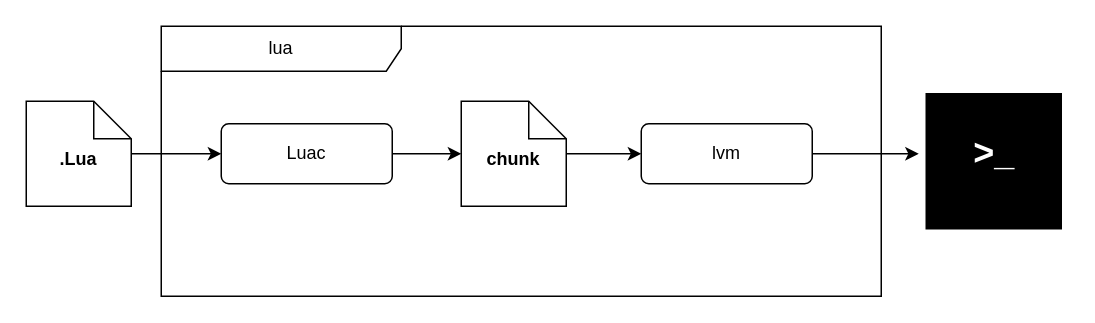
Before: Lua调用流程.drawio in vvoooooo/rock, a draw.io diagram. Source tidied: cells renumbered, new cells numbered last; positions are measured from the earlier drawing's top-left corner, leaving out a move shared by most shapes. Both pictures are drawn from the tidied source at 150%, with x=0, y=0 at pixel (26, 26).
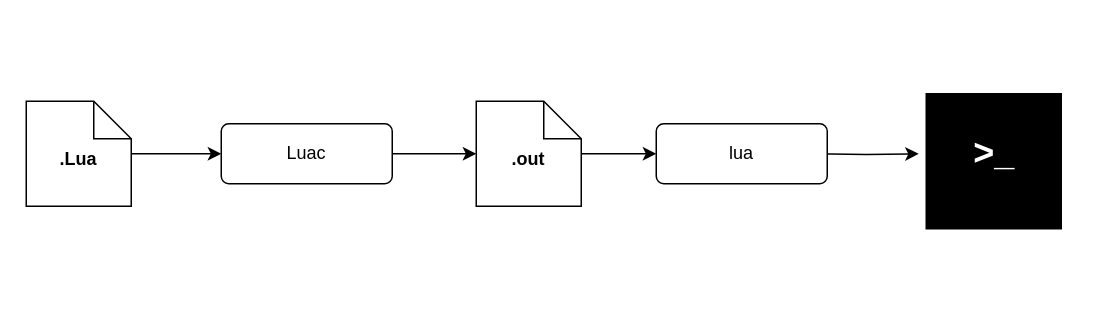
The same diagram, later.

Commit message (it also covers changes not shown here):
更新Lua调用流程.drawio

Change to the diagram source:
```diff
@@
 <mxGraphModel>
   <root>
     <mxCell id="0" />
     <mxCell id="1" parent="0" />
-    <mxCell id="2" style="edgeStyle=orthogonalEdgeStyle;rounded=0;jettySize=auto;html=1;" parent="1" edge="1" source="3" target="9">
-      <mxGeometry relative="1" as="geometry" />
+    <mxCell id="2" style="edgeStyle=orthogonalEdgeStyle;rounded=0;jettySize=auto;html=1;" parent="1" edge="1" source="3">
+      <mxGeometry relative="1" as="geometry">
+        <mxPoint x="130" y="85" as="targetPoint" />
+      </mxGeometry>
     </mxCell>
     <mxCell id="3" value="&lt;div style=&quot;&quot;&gt;&lt;b style=&quot;background-color: initial;&quot;&gt;.Lua&lt;/b&gt;&lt;/div&gt;" style="shape=note2;boundedLbl=1;whiteSpace=wrap;html=1;size=25;verticalAlign=top;align=center;" parent="1" vertex="1">
       <mxGeometry y="50" width="70" height="70" as="geometry" />
     </mxCell>
     <mxCell id="4" style="fontStyle=0;labelPosition=right;verticalLabelPosition=middle;align=left;verticalAlign=middle;spacingLeft=2;html=1;fillColor=strokeColor;" parent="1" vertex="1">
       <mxGeometry x="600" y="45" width="90" height="90" as="geometry" />
     </mxCell>
-    <mxCell id="5" value="lua" style="shape=umlFrame;whiteSpace=wrap;html=1;width=160;" parent="1" vertex="1">
-      <mxGeometry x="90" width="480" height="180" as="geometry" />
-    </mxCell>
-    <mxCell id="6" style="edgeStyle=orthogonalEdgeStyle;rounded=0;jettySize=auto;html=1;" parent="5" edge="1" source="7" target="10">
-      <mxGeometry relative="1" as="geometry" />
-    </mxCell>
-    <mxCell id="7" value="&lt;div style=&quot;&quot;&gt;&lt;b style=&quot;background-color: initial;&quot;&gt;chunk&lt;/b&gt;&lt;/div&gt;" style="shape=note2;boundedLbl=1;whiteSpace=wrap;html=1;size=25;verticalAlign=top;align=center;" parent="5" vertex="1">
-      <mxGeometry x="200" y="50" width="70" height="70" as="geometry" />
-    </mxCell>
-    <mxCell id="8" style="edgeStyle=orthogonalEdgeStyle;rounded=0;jettySize=auto;html=1;" parent="5" edge="1" source="9" target="7">
-      <mxGeometry relative="1" as="geometry" />
-    </mxCell>
-    <mxCell id="9" value="&lt;p style=&quot;line-height: 30%;&quot;&gt;Luac&lt;/p&gt;" style="html=1;align=center;verticalAlign=top;rounded=1;absoluteArcSize=1;arcSize=10;dashed=0;whiteSpace=wrap;" parent="5" vertex="1">
-      <mxGeometry x="40" y="65" width="114" height="40" as="geometry" />
-    </mxCell>
-    <mxCell id="10" value="&lt;p style=&quot;line-height: 30%;&quot;&gt;lvm&lt;/p&gt;" style="html=1;align=center;verticalAlign=top;rounded=1;absoluteArcSize=1;arcSize=10;dashed=0;whiteSpace=wrap;" parent="5" vertex="1">
-      <mxGeometry x="320" y="65" width="114" height="40" as="geometry" />
-    </mxCell>
     <mxCell id="11" value="&lt;font color=&quot;#ffffff&quot;&gt;&amp;gt;_&lt;/font&gt;" style="text;html=1;fontSize=24;fontStyle=1;verticalAlign=middle;align=center;" parent="1" vertex="1">
       <mxGeometry x="595" y="65" width="100" height="40" as="geometry" />
     </mxCell>
-    <mxCell id="12" style="edgeStyle=orthogonalEdgeStyle;rounded=0;jettySize=auto;html=1;" parent="1" edge="1" source="10" target="11">
-      <mxGeometry relative="1" as="geometry" />
+    <mxCell id="12" style="edgeStyle=orthogonalEdgeStyle;rounded=0;jettySize=auto;html=1;" parent="1" edge="1" target="11">
+      <mxGeometry relative="1" as="geometry">
+        <mxPoint x="524" y="85" as="sourcePoint" />
+      </mxGeometry>
     </mxCell>
+    <mxCell id="13" style="edgeStyle=orthogonalEdgeStyle;rounded=0;jettySize=auto;html=1;" parent="1" edge="1" source="9" target="15">
+      <mxGeometry relative="1" as="geometry" />
+    </mxCell>
+    <mxCell id="9" value="&lt;p style=&quot;line-height: 30%;&quot;&gt;Luac&lt;/p&gt;" style="html=1;align=center;verticalAlign=top;rounded=1;absoluteArcSize=1;arcSize=10;dashed=0;whiteSpace=wrap;" parent="1" vertex="1">
+      <mxGeometry x="130" y="65" width="114" height="40" as="geometry" />
+    </mxCell>
+    <mxCell id="14" style="edgeStyle=orthogonalEdgeStyle;rounded=0;jettySize=auto;html=1;" parent="1" edge="1" source="15" target="5">
+      <mxGeometry relative="1" as="geometry" />
+    </mxCell>
+    <mxCell id="15" value="&lt;div style=&quot;&quot;&gt;&lt;b style=&quot;background-color: initial;&quot;&gt;.out&lt;/b&gt;&lt;/div&gt;" style="shape=note2;boundedLbl=1;whiteSpace=wrap;html=1;size=25;verticalAlign=top;align=center;" parent="1" vertex="1">
+      <mxGeometry x="300" y="50" width="70" height="70" as="geometry" />
+    </mxCell>
+    <mxCell id="5" value="&lt;p style=&quot;line-height: 30%;&quot;&gt;lua&lt;/p&gt;" style="html=1;align=center;verticalAlign=top;rounded=1;absoluteArcSize=1;arcSize=10;dashed=0;whiteSpace=wrap;" parent="1" vertex="1">
+      <mxGeometry x="420" y="65" width="114" height="40" as="geometry" />
+    </mxCell>
   </root>
 </mxGraphModel>
```
